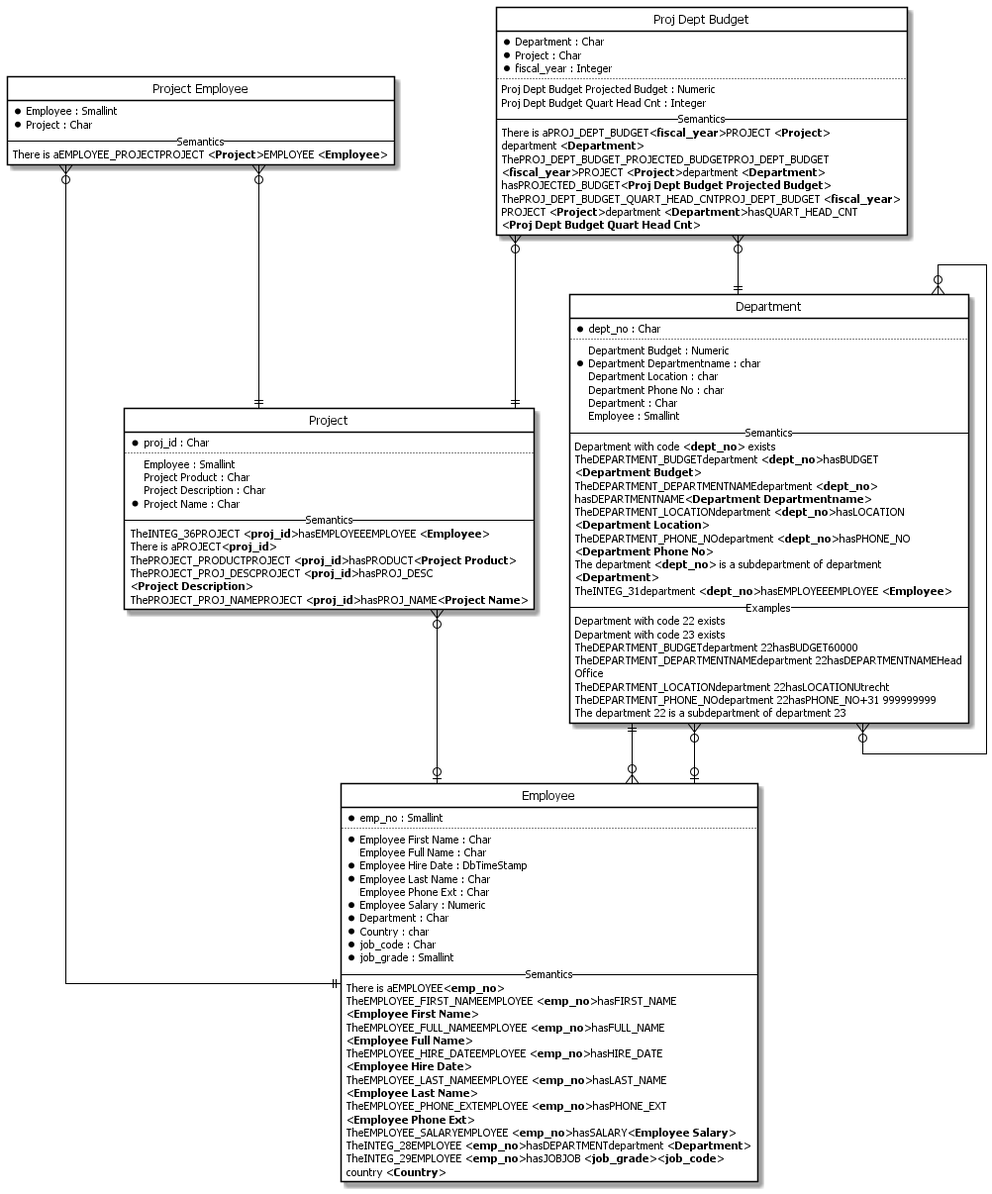
casetalk/Models keeps this PlantUML diagram as EN/Employee/project.erd.png. Above is the earlier version. Its diagram source:
```plantuml
@startuml
hide circle
hide stereotype
hide empty members
skinparam linetype ortho
skinparam backgroundColor transparent
skinparam shadowing True
skinparam defaultFontName Arial
skinparam defaultColor #000000
skinparam arrowColor #000000
skinparam class {
  FontName Tahoma
  classFontColor automatic
  BorderColor #000000
  attributeFontName Tahoma
}
skinparam Class {
  BackgroundColor white
  }
entity "Department" {
  * dept_no : Char
  ..
    Department Budget : Numeric
  * Department Departmentname : char
    Department Location : char
    Department Phone No : char
    Department : Char
    Employee : Smallint
 -- Semantics --
Department with code <**dept_no**> exists
TheDEPARTMENT_BUDGETdepartment <**dept_no**>hasBUDGET
<**Department Budget**>
TheDEPARTMENT_DEPARTMENTNAMEdepartment <**dept_no**>
hasDEPARTMENTNAME<**Department Departmentname**>
TheDEPARTMENT_LOCATIONdepartment <**dept_no**>hasLOCATION
<**Department Location**>
TheDEPARTMENT_PHONE_NOdepartment <**dept_no**>hasPHONE_NO
<**Department Phone No**>
The department <**dept_no**> is a subdepartment of department
<**Department**>
TheINTEG_31department <**dept_no**>hasEMPLOYEEEMPLOYEE <**Employee**>
 -- Examples --
Department with code 22 exists
Department with code 23 exists
TheDEPARTMENT_BUDGETdepartment 22hasBUDGET60000
TheDEPARTMENT_DEPARTMENTNAMEdepartment 22hasDEPARTMENTNAMEHead
Office
TheDEPARTMENT_LOCATIONdepartment 22hasLOCATIONUtrecht
TheDEPARTMENT_PHONE_NOdepartment 22hasPHONE_NO+31 999999999
The department 22 is a subdepartment of department 23
  }
entity "Employee" {
  * emp_no : Smallint
  ..
  * Employee First Name : Char
    Employee Full Name : Char
  * Employee Hire Date : DbTimeStamp
  * Employee Last Name : Char
    Employee Phone Ext : Char
  * Employee Salary : Numeric
  * Department : Char
  * Country : char
  * job_code : Char
  * job_grade : Smallint
 -- Semantics --
There is aEMPLOYEE<**emp_no**>
TheEMPLOYEE_FIRST_NAMEEMPLOYEE <**emp_no**>hasFIRST_NAME
<**Employee First Name**>
TheEMPLOYEE_FULL_NAMEEMPLOYEE <**emp_no**>hasFULL_NAME
<**Employee Full Name**>
TheEMPLOYEE_HIRE_DATEEMPLOYEE <**emp_no**>hasHIRE_DATE
<**Employee Hire Date**>
TheEMPLOYEE_LAST_NAMEEMPLOYEE <**emp_no**>hasLAST_NAME
<**Employee Last Name**>
TheEMPLOYEE_PHONE_EXTEMPLOYEE <**emp_no**>hasPHONE_EXT
<**Employee Phone Ext**>
TheEMPLOYEE_SALARYEMPLOYEE <**emp_no**>hasSALARY<**Employee Salary**>
TheINTEG_28EMPLOYEE <**emp_no**>hasDEPARTMENTdepartment <**Department**>
TheINTEG_29EMPLOYEE <**emp_no**>hasJOBJOB <**job_grade**><**job_code**>
country <**Country**>
  }
entity "Proj Dept Budget" {
  * Department : Char
  * Project : Char
  * fiscal_year : Integer
  ..
    Proj Dept Budget Projected Budget : Numeric
    Proj Dept Budget Quart Head Cnt : Integer
 -- Semantics --
There is aPROJ_DEPT_BUDGET<**fiscal_year**>PROJECT <**Project**>
department <**Department**>
ThePROJ_DEPT_BUDGET_PROJECTED_BUDGETPROJ_DEPT_BUDGET
<**fiscal_year**>PROJECT <**Project**>department <**Department**>
hasPROJECTED_BUDGET<**Proj Dept Budget Projected Budget**>
ThePROJ_DEPT_BUDGET_QUART_HEAD_CNTPROJ_DEPT_BUDGET <**fiscal_year**>
PROJECT <**Project**>department <**Department**>hasQUART_HEAD_CNT
<**Proj Dept Budget Quart Head Cnt**>
  }
entity "Project Employee" {
  * Employee : Smallint
  * Project : Char
 -- Semantics --
There is aEMPLOYEE_PROJECTPROJECT <**Project**>EMPLOYEE <**Employee**>
  }
entity "Project" {
  * proj_id : Char
  ..
    Employee : Smallint
    Project Product : Char
    Project Description : Char
  * Project Name : Char
 -- Semantics --
TheINTEG_36PROJECT <**proj_id**>hasEMPLOYEEEMPLOYEE <**Employee**>
There is aPROJECT<**proj_id**>
ThePROJECT_PRODUCTPROJECT <**proj_id**>hasPRODUCT<**Project Product**>
ThePROJECT_PROJ_DESCPROJECT <**proj_id**>hasPROJ_DESC
<**Project Description**>
ThePROJECT_PROJ_NAMEPROJECT <**proj_id**>hasPROJ_NAME<**Project Name**>
  }
"Department" }o--o{ "Department"
"Department" }o--o| "Employee"
"Employee" }o--|| "Department"
"Proj Dept Budget" }o--|| "Department"
"Proj Dept Budget" }o--|| "Project"
"Project Employee" }o--|| "Employee"
"Project Employee" }o--|| "Project"
"Project" }o--o| "Employee"
@enduml
```
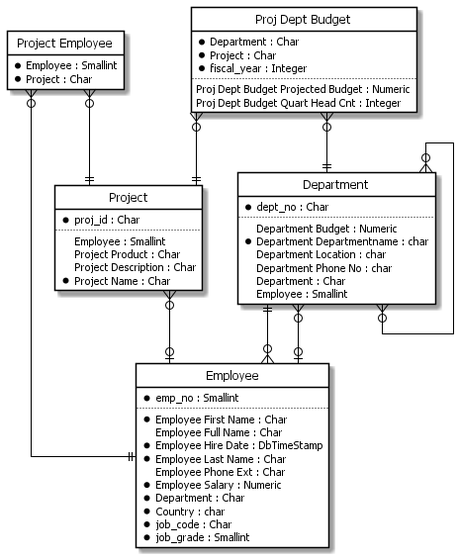
Above is the later version.

Change to the diagram source:
```diff
@@ -26,28 +26,6 @@
     Department Phone No : char
     Department : Char
     Employee : Smallint
- -- Semantics --
-Department with code <**dept_no**> exists
-TheDEPARTMENT_BUDGETdepartment <**dept_no**>hasBUDGET
-<**Department Budget**>
-TheDEPARTMENT_DEPARTMENTNAMEdepartment <**dept_no**>
-hasDEPARTMENTNAME<**Department Departmentname**>
-TheDEPARTMENT_LOCATIONdepartment <**dept_no**>hasLOCATION
-<**Department Location**>
-TheDEPARTMENT_PHONE_NOdepartment <**dept_no**>hasPHONE_NO
-<**Department Phone No**>
-The department <**dept_no**> is a subdepartment of department
-<**Department**>
-TheINTEG_31department <**dept_no**>hasEMPLOYEEEMPLOYEE <**Employee**>
- -- Examples --
-Department with code 22 exists
-Department with code 23 exists
-TheDEPARTMENT_BUDGETdepartment 22hasBUDGET60000
-TheDEPARTMENT_DEPARTMENTNAMEdepartment 22hasDEPARTMENTNAMEHead
-Office
-TheDEPARTMENT_LOCATIONdepartment 22hasLOCATIONUtrecht
-TheDEPARTMENT_PHONE_NOdepartment 22hasPHONE_NO+31 999999999
-The department 22 is a subdepartment of department 23
   }
 entity "Employee" {
   * emp_no : Smallint
@@ -62,22 +40,6 @@
   * Country : char
   * job_code : Char
   * job_grade : Smallint
- -- Semantics --
-There is aEMPLOYEE<**emp_no**>
-TheEMPLOYEE_FIRST_NAMEEMPLOYEE <**emp_no**>hasFIRST_NAME
-<**Employee First Name**>
-TheEMPLOYEE_FULL_NAMEEMPLOYEE <**emp_no**>hasFULL_NAME
-<**Employee Full Name**>
-TheEMPLOYEE_HIRE_DATEEMPLOYEE <**emp_no**>hasHIRE_DATE
-<**Employee Hire Date**>
-TheEMPLOYEE_LAST_NAMEEMPLOYEE <**emp_no**>hasLAST_NAME
-<**Employee Last Name**>
-TheEMPLOYEE_PHONE_EXTEMPLOYEE <**emp_no**>hasPHONE_EXT
-<**Employee Phone Ext**>
-TheEMPLOYEE_SALARYEMPLOYEE <**emp_no**>hasSALARY<**Employee Salary**>
-TheINTEG_28EMPLOYEE <**emp_no**>hasDEPARTMENTdepartment <**Department**>
-TheINTEG_29EMPLOYEE <**emp_no**>hasJOBJOB <**job_grade**><**job_code**>
-country <**Country**>
   }
 entity "Proj Dept Budget" {
   * Department : Char
@@ -86,21 +48,10 @@
   ..
     Proj Dept Budget Projected Budget : Numeric
     Proj Dept Budget Quart Head Cnt : Integer
- -- Semantics --
-There is aPROJ_DEPT_BUDGET<**fiscal_year**>PROJECT <**Project**>
-department <**Department**>
-ThePROJ_DEPT_BUDGET_PROJECTED_BUDGETPROJ_DEPT_BUDGET
-<**fiscal_year**>PROJECT <**Project**>department <**Department**>
-hasPROJECTED_BUDGET<**Proj Dept Budget Projected Budget**>
-ThePROJ_DEPT_BUDGET_QUART_HEAD_CNTPROJ_DEPT_BUDGET <**fiscal_year**>
-PROJECT <**Project**>department <**Department**>hasQUART_HEAD_CNT
-<**Proj Dept Budget Quart Head Cnt**>
   }
 entity "Project Employee" {
   * Employee : Smallint
   * Project : Char
- -- Semantics --
-There is aEMPLOYEE_PROJECTPROJECT <**Project**>EMPLOYEE <**Employee**>
   }
 entity "Project" {
   * proj_id : Char
@@ -109,13 +60,6 @@
     Project Product : Char
     Project Description : Char
   * Project Name : Char
- -- Semantics --
-TheINTEG_36PROJECT <**proj_id**>hasEMPLOYEEEMPLOYEE <**Employee**>
-There is aPROJECT<**proj_id**>
-ThePROJECT_PRODUCTPROJECT <**proj_id**>hasPRODUCT<**Project Product**>
-ThePROJECT_PROJ_DESCPROJECT <**proj_id**>hasPROJ_DESC
-<**Project Description**>
-ThePROJECT_PROJ_NAMEPROJECT <**proj_id**>hasPROJ_NAME<**Project Name**>
   }
 "Department" }o--o{ "Department"
 "Department" }o--o| "Employee"
```
